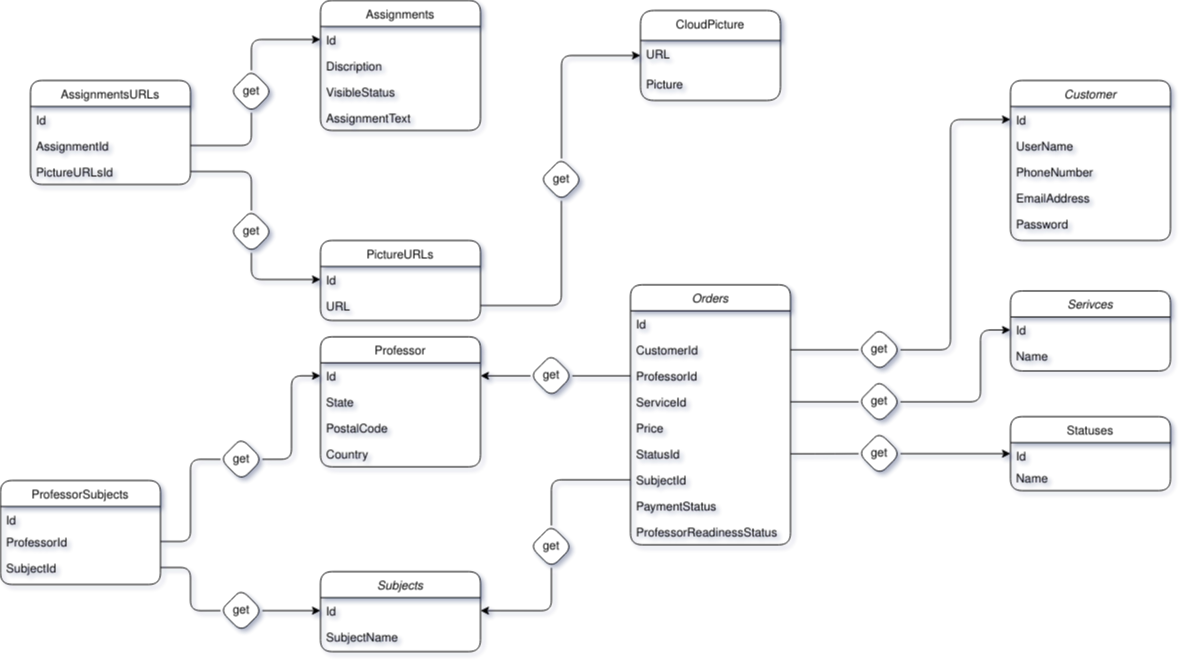
The draw.io diagram AppDB.drawio(1).png in AleksandrVetrov/AlgoMath, before a commit. Source tidied: cells renumbered, new cells last; positions are measured from the earlier drawing's top-left corner, leaving out a move shared by most shapes.
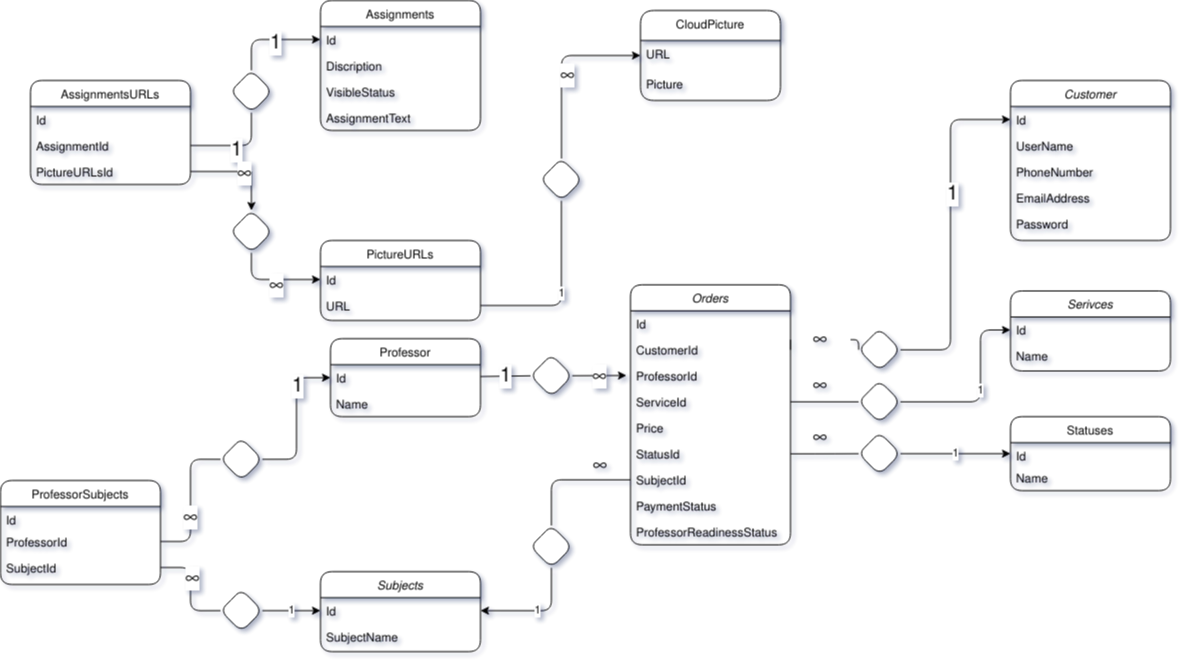
Later version of the same file.

What changed in the source:
```diff
@@ -33,20 +33,14 @@
       <mxGeometry y="74" width="160" height="26" as="geometry" />
     </mxCell>
     <mxCell id="12" value="Professor" style="swimlane;fontStyle=0;align=center;verticalAlign=top;horizontal=1;startSize=26;rounded=1;shadow=0;strokeWidth=1;" parent="1" vertex="1">
-      <mxGeometry x="320" y="336.3" width="160" height="130" as="geometry" />
+      <mxGeometry x="330" y="338.2" width="150" height="78" as="geometry" />
     </mxCell>
     <mxCell id="13" value="Id" style="text;align=left;verticalAlign=top;spacingLeft=4;spacingRight=4;overflow=hidden;points=[[0,0.5],[1,0.5]];portConstraint=eastwest;shadow=0;rounded=1;" parent="12" vertex="1">
-      <mxGeometry y="26" width="160" height="26" as="geometry" />
+      <mxGeometry y="26" width="150" height="26" as="geometry" />
     </mxCell>
-    <mxCell id="14" value="State" style="text;align=left;verticalAlign=top;spacingLeft=4;spacingRight=4;overflow=hidden;rounded=1;shadow=0;html=0;" parent="12" vertex="1">
-      <mxGeometry y="52" width="160" height="26" as="geometry" />
+    <mxCell id="14" value="Name" style="text;align=left;verticalAlign=top;spacingLeft=4;spacingRight=4;overflow=hidden;rounded=1;shadow=0;html=0;" parent="12" vertex="1">
+      <mxGeometry y="52" width="150" height="26" as="geometry" />
     </mxCell>
-    <mxCell id="15" value="PostalCode" style="text;align=left;verticalAlign=top;spacingLeft=4;spacingRight=4;overflow=hidden;rounded=1;shadow=0;html=0;" parent="12" vertex="1">
-      <mxGeometry y="78" width="160" height="26" as="geometry" />
-    </mxCell>
-    <mxCell id="16" value="Country" style="text;align=left;verticalAlign=top;spacingLeft=4;spacingRight=4;overflow=hidden;rounded=1;shadow=0;html=0;" parent="12" vertex="1">
-      <mxGeometry y="104" width="160" height="26" as="geometry" />
-    </mxCell>
     <mxCell id="17" value="Subjects" style="swimlane;fontStyle=2;align=center;verticalAlign=top;horizontal=1;startSize=26;rounded=1;shadow=0;strokeWidth=1;" parent="1" vertex="1">
       <mxGeometry x="320" y="571.1" width="160" height="80" as="geometry" />
     </mxCell>
@@ -104,7 +98,7 @@
     <mxCell id="35" value="Name" style="text;align=left;verticalAlign=top;spacingLeft=4;spacingRight=4;overflow=hidden;rounded=1;shadow=0;html=0;" parent="33" vertex="1">
       <mxGeometry y="48" width="160" height="26" as="geometry" />
     </mxCell>
-    <mxCell id="36" style="edgeStyle=orthogonalEdgeStyle;rounded=1;jettySize=auto;html=1;exitX=1;exitY=0.5;exitDx=0;exitDy=0;startArrow=none;shadow=0;" parent="1" edge="1" source="37" target="34">
+    <mxCell id="36" value="1" style="edgeStyle=orthogonalEdgeStyle;rounded=1;jettySize=auto;html=1;exitX=1;exitY=0.5;exitDx=0;exitDy=0;startArrow=none;shadow=0;" parent="1" edge="1" source="37" target="34">
       <mxGeometry relative="1" as="geometry">
         <Array as="points">
           <mxPoint x="1010" y="453" />
@@ -112,13 +106,13 @@
         </Array>
       </mxGeometry>
     </mxCell>
-    <mxCell id="37" value="get" style="rhombus;whiteSpace=wrap;html=1;shadow=0;rounded=1;" parent="1" vertex="1">
+    <mxCell id="37" style="rhombus;whiteSpace=wrap;html=1;shadow=0;rounded=1;" parent="1" vertex="1">
       <mxGeometry x="858.1" y="432" width="41.9" height="42.3" as="geometry" />
     </mxCell>
     <mxCell id="38" style="edgeStyle=orthogonalEdgeStyle;rounded=1;jettySize=auto;html=1;exitX=1;exitY=0.5;exitDx=0;exitDy=0;endArrow=none;shadow=0;" parent="1" edge="1" source="26" target="37">
       <mxGeometry relative="1" as="geometry" />
     </mxCell>
-    <mxCell id="39" style="edgeStyle=orthogonalEdgeStyle;rounded=1;jettySize=auto;html=1;exitX=1;exitY=0.5;exitDx=0;exitDy=0;entryX=0;entryY=0.5;entryDx=0;entryDy=0;startArrow=none;shadow=0;" parent="1" edge="1" source="40" target="31">
+    <mxCell id="39" value="1" style="edgeStyle=orthogonalEdgeStyle;rounded=1;jettySize=auto;html=1;exitX=1;exitY=0.5;exitDx=0;exitDy=0;entryX=0;entryY=0.5;entryDx=0;entryDy=0;startArrow=none;shadow=0;" parent="1" edge="1" source="40" target="31">
       <mxGeometry relative="1" as="geometry">
         <Array as="points">
           <mxPoint x="980" y="401" />
@@ -126,7 +120,7 @@
         </Array>
       </mxGeometry>
     </mxCell>
-    <mxCell id="40" value="get" style="rhombus;whiteSpace=wrap;html=1;shadow=0;rounded=1;" parent="1" vertex="1">
+    <mxCell id="40" style="rhombus;whiteSpace=wrap;html=1;shadow=0;rounded=1;" parent="1" vertex="1">
       <mxGeometry x="858.1" y="380.2" width="41.9" height="42.3" as="geometry" />
     </mxCell>
     <mxCell id="41" style="edgeStyle=orthogonalEdgeStyle;rounded=1;jettySize=auto;html=1;exitX=1;exitY=0.5;exitDx=0;exitDy=0;entryX=0;entryY=0.5;entryDx=0;entryDy=0;endArrow=none;shadow=0;" parent="1" edge="1" source="24" target="40">
@@ -140,47 +134,53 @@
         </Array>
       </mxGeometry>
     </mxCell>
+    <mxCell id="81" value="&lt;div&gt;1&lt;/div&gt;" style="edgeLabel;html=1;align=center;verticalAlign=middle;fontSize=20;" parent="42" vertex="1">
+      <mxGeometry x="0.21" y="-1" relative="1" as="geometry" />
+    </mxCell>
-    <mxCell id="43" value="get" style="rhombus;whiteSpace=wrap;html=1;shadow=0;rounded=1;" parent="1" vertex="1">
+    <mxCell id="43" style="rhombus;whiteSpace=wrap;html=1;shadow=0;rounded=1;" parent="1" vertex="1">
       <mxGeometry x="858.1" y="328.2" width="41.9" height="42.3" as="geometry" />
     </mxCell>
-    <mxCell id="44" style="edgeStyle=orthogonalEdgeStyle;rounded=1;jettySize=auto;html=1;exitX=1;exitY=0.5;exitDx=0;exitDy=0;entryX=0;entryY=0.5;entryDx=0;entryDy=0;shadow=0;endArrow=none;" parent="1" edge="1" source="22" target="43">
+    <mxCell id="44" style="edgeStyle=orthogonalEdgeStyle;rounded=1;jettySize=auto;html=1;exitX=1;exitY=0.5;exitDx=0;exitDy=0;entryX=0;entryY=0.5;entryDx=0;entryDy=0;shadow=0;endArrow=none;startArrow=none;" parent="1" edge="1" source="96" target="43">
       <mxGeometry relative="1" as="geometry" />
     </mxCell>
-    <mxCell id="45" style="edgeStyle=orthogonalEdgeStyle;rounded=1;jettySize=auto;html=1;exitX=0;exitY=0.5;exitDx=0;exitDy=0;entryX=1;entryY=0.5;entryDx=0;entryDy=0;shadow=0;startArrow=none;" parent="1" edge="1" source="46" target="13">
-      <mxGeometry relative="1" as="geometry" />
-    </mxCell>
-    <mxCell id="46" value="get" style="rhombus;whiteSpace=wrap;html=1;shadow=0;rounded=1;" parent="1" vertex="1">
+    <mxCell id="46" style="rhombus;whiteSpace=wrap;html=1;shadow=0;rounded=1;" parent="1" vertex="1">
       <mxGeometry x="530" y="354.2" width="41.9" height="42.3" as="geometry" />
     </mxCell>
-    <mxCell id="47" style="edgeStyle=orthogonalEdgeStyle;rounded=1;jettySize=auto;html=1;exitX=0;exitY=0.5;exitDx=0;exitDy=0;entryX=1;entryY=0.5;entryDx=0;entryDy=0;shadow=0;endArrow=none;" parent="1" edge="1" source="23" target="46">
-      <mxGeometry relative="1" as="geometry" />
-    </mxCell>
     <mxCell id="48" style="edgeStyle=orthogonalEdgeStyle;rounded=1;jettySize=auto;html=1;exitX=1;exitY=0.5;exitDx=0;exitDy=0;entryX=0;entryY=0.5;entryDx=0;entryDy=0;shadow=0;startArrow=none;" parent="1" edge="1" source="50" target="13">
       <mxGeometry relative="1" as="geometry" />
     </mxCell>
+    <mxCell id="82" value="1" style="edgeLabel;html=1;align=center;verticalAlign=middle;fontSize=20;" parent="48" vertex="1">
+      <mxGeometry x="0.43" relative="1" as="geometry" />
+    </mxCell>
-    <mxCell id="49" style="edgeStyle=orthogonalEdgeStyle;rounded=1;jettySize=auto;html=1;exitX=1;exitY=0.5;exitDx=0;exitDy=0;entryX=0;entryY=0.5;entryDx=0;entryDy=0;shadow=0;startArrow=none;" parent="1" edge="1" source="52" target="18">
+    <mxCell id="49" value="1" style="edgeStyle=orthogonalEdgeStyle;rounded=1;jettySize=auto;html=1;exitX=1;exitY=0.5;exitDx=0;exitDy=0;entryX=0;entryY=0.5;entryDx=0;entryDy=0;shadow=0;startArrow=none;" parent="1" edge="1" source="52" target="18">
       <mxGeometry relative="1" as="geometry">
         <Array as="points">
           <mxPoint x="262" y="610" />
         </Array>
       </mxGeometry>
     </mxCell>
-    <mxCell id="50" value="get" style="rhombus;whiteSpace=wrap;html=1;shadow=0;rounded=1;" parent="1" vertex="1">
+    <mxCell id="50" style="rhombus;whiteSpace=wrap;html=1;shadow=0;rounded=1;" parent="1" vertex="1">
       <mxGeometry x="220" y="437.7" width="41.9" height="42.3" as="geometry" />
     </mxCell>
     <mxCell id="51" style="edgeStyle=orthogonalEdgeStyle;rounded=1;jettySize=auto;html=1;exitX=1;exitY=0.5;exitDx=0;exitDy=0;entryX=0;entryY=0.5;entryDx=0;entryDy=0;shadow=0;endArrow=none;" parent="1" edge="1" source="10" target="50">
       <mxGeometry relative="1" as="geometry" />
     </mxCell>
+    <mxCell id="83" value="&lt;span class=&quot;ILfuVd&quot; lang=&quot;ru&quot;&gt;&lt;span class=&quot;hgKElc&quot;&gt;&lt;b&gt;∞&lt;/b&gt;&lt;/span&gt;&lt;/span&gt;" style="edgeLabel;html=1;align=center;verticalAlign=middle;fontSize=20;" parent="51" vertex="1">
+      <mxGeometry x="-0.23" y="1" relative="1" as="geometry" />
+    </mxCell>
-    <mxCell id="52" value="get" style="rhombus;whiteSpace=wrap;html=1;shadow=0;rounded=1;" parent="1" vertex="1">
+    <mxCell id="52" style="rhombus;whiteSpace=wrap;html=1;shadow=0;rounded=1;" parent="1" vertex="1">
       <mxGeometry x="220" y="589" width="41.9" height="42.3" as="geometry" />
     </mxCell>
     <mxCell id="53" style="edgeStyle=orthogonalEdgeStyle;rounded=1;jettySize=auto;html=1;exitX=1;exitY=0.5;exitDx=0;exitDy=0;entryX=0;entryY=0.5;entryDx=0;entryDy=0;shadow=0;endArrow=none;" parent="1" edge="1" source="11" target="52">
       <mxGeometry relative="1" as="geometry" />
     </mxCell>
+    <mxCell id="84" value="&lt;span class=&quot;ILfuVd&quot; lang=&quot;ru&quot;&gt;&lt;span class=&quot;hgKElc&quot;&gt;&lt;b&gt;∞&lt;/b&gt;&lt;/span&gt;&lt;/span&gt;" style="edgeLabel;html=1;align=center;verticalAlign=middle;fontSize=20;" parent="53" vertex="1">
+      <mxGeometry x="-0.22" y="1" relative="1" as="geometry" />
+    </mxCell>
-    <mxCell id="54" style="edgeStyle=orthogonalEdgeStyle;rounded=1;jettySize=auto;html=1;exitX=0.5;exitY=1;exitDx=0;exitDy=0;entryX=1;entryY=0.5;entryDx=0;entryDy=0;shadow=0;startArrow=none;" parent="1" edge="1" source="55" target="18">
+    <mxCell id="54" value="1" style="edgeStyle=orthogonalEdgeStyle;rounded=1;jettySize=auto;html=1;exitX=0.5;exitY=1;exitDx=0;exitDy=0;entryX=1;entryY=0.5;entryDx=0;entryDy=0;shadow=0;startArrow=none;" parent="1" edge="1" source="55" target="18">
       <mxGeometry relative="1" as="geometry" />
     </mxCell>
-    <mxCell id="55" value="get" style="rhombus;whiteSpace=wrap;html=1;shadow=0;rounded=1;" parent="1" vertex="1">
+    <mxCell id="55" style="rhombus;whiteSpace=wrap;html=1;shadow=0;rounded=1;" parent="1" vertex="1">
       <mxGeometry x="530" y="525" width="41.9" height="42.3" as="geometry" />
     </mxCell>
     <mxCell id="56" style="edgeStyle=orthogonalEdgeStyle;rounded=1;jettySize=auto;html=1;exitX=0;exitY=0.5;exitDx=0;exitDy=0;entryX=0.5;entryY=0;entryDx=0;entryDy=0;shadow=0;endArrow=none;" parent="1" edge="1" source="27" target="55">
@@ -225,21 +225,27 @@
     <mxCell id="69" style="edgeStyle=orthogonalEdgeStyle;rounded=1;jettySize=auto;html=1;exitX=0.5;exitY=0;exitDx=0;exitDy=0;entryX=0;entryY=0.5;entryDx=0;entryDy=0;shadow=0;startArrow=none;" parent="1" edge="1" source="71" target="58">
       <mxGeometry relative="1" as="geometry" />
     </mxCell>
+    <mxCell id="85" value="&lt;div&gt;1&lt;/div&gt;" style="edgeLabel;html=1;align=center;verticalAlign=middle;fontSize=20;" parent="69" vertex="1">
+      <mxGeometry x="0.08" y="-3" relative="1" as="geometry" />
+    </mxCell>
     <mxCell id="70" style="edgeStyle=orthogonalEdgeStyle;rounded=1;jettySize=auto;html=1;exitX=0.5;exitY=1;exitDx=0;exitDy=0;entryX=0;entryY=0.5;entryDx=0;entryDy=0;shadow=0;startArrow=none;" parent="1" edge="1" source="73" target="63">
       <mxGeometry relative="1" as="geometry" />
     </mxCell>
+    <mxCell id="86" value="&lt;span class=&quot;ILfuVd&quot; lang=&quot;ru&quot;&gt;&lt;span class=&quot;hgKElc&quot;&gt;&lt;b&gt;∞&lt;/b&gt;&lt;/span&gt;&lt;/span&gt;" style="edgeLabel;html=1;align=center;verticalAlign=middle;fontSize=20;" parent="70" vertex="1">
+      <mxGeometry x="0.06" y="-5" relative="1" as="geometry" />
+    </mxCell>
-    <mxCell id="71" value="get" style="rhombus;whiteSpace=wrap;html=1;shadow=0;rounded=1;" parent="1" vertex="1">
+    <mxCell id="71" style="rhombus;whiteSpace=wrap;html=1;shadow=0;rounded=1;" parent="1" vertex="1">
       <mxGeometry x="230" y="69.8" width="41.9" height="42.3" as="geometry" />
     </mxCell>
     <mxCell id="72" style="edgeStyle=orthogonalEdgeStyle;rounded=1;jettySize=auto;html=1;exitX=1;exitY=0.5;exitDx=0;exitDy=0;entryX=0.5;entryY=1;entryDx=0;entryDy=0;shadow=0;endArrow=none;" parent="1" edge="1" source="67" target="71">
       <mxGeometry relative="1" as="geometry" />
     </mxCell>
+    <mxCell id="87" value="&lt;div&gt;1&lt;/div&gt;" style="edgeLabel;html=1;align=center;verticalAlign=middle;fontSize=20;" parent="72" vertex="1">
+      <mxGeometry x="-0.04" y="-4" relative="1" as="geometry" />
+    </mxCell>
-    <mxCell id="73" value="get" style="rhombus;whiteSpace=wrap;html=1;shadow=0;rounded=1;" parent="1" vertex="1">
+    <mxCell id="73" style="rhombus;whiteSpace=wrap;html=1;shadow=0;rounded=1;" parent="1" vertex="1">
       <mxGeometry x="230" y="210" width="41.9" height="42.3" as="geometry" />
     </mxCell>
-    <mxCell id="74" style="edgeStyle=orthogonalEdgeStyle;rounded=1;jettySize=auto;html=1;exitX=1;exitY=0.5;exitDx=0;exitDy=0;entryX=0.5;entryY=0;entryDx=0;entryDy=0;shadow=0;endArrow=none;" parent="1" edge="1" source="68" target="73">
-      <mxGeometry relative="1" as="geometry" />
-    </mxCell>
     <mxCell id="75" value="CloudPicture" style="swimlane;fontStyle=0;horizontal=1;startSize=30;whiteSpace=wrap;html=1;shadow=0;rounded=1;" parent="1" vertex="1">
       <mxGeometry x="640" y="10" width="140" height="90" as="geometry" />
     </mxCell>
@@ -252,11 +258,46 @@
     <mxCell id="78" style="edgeStyle=orthogonalEdgeStyle;rounded=1;jettySize=auto;html=1;entryX=0;entryY=0.5;entryDx=0;entryDy=0;shadow=0;startArrow=none;" parent="1" edge="1" source="79" target="76">
       <mxGeometry relative="1" as="geometry" />
     </mxCell>
+    <mxCell id="88" value="&lt;div&gt;&lt;span class=&quot;ILfuVd&quot; lang=&quot;ru&quot;&gt;&lt;span class=&quot;hgKElc&quot;&gt;&lt;b&gt;∞&lt;/b&gt;&lt;/span&gt;&lt;/span&gt;&lt;/div&gt;" style="edgeLabel;html=1;align=center;verticalAlign=middle;fontSize=20;" parent="78" vertex="1">
+      <mxGeometry x="-0.08" y="-5" relative="1" as="geometry" />
+    </mxCell>
-    <mxCell id="79" value="get" style="rhombus;whiteSpace=wrap;html=1;shadow=0;rounded=1;" parent="1" vertex="1">
+    <mxCell id="79" style="rhombus;whiteSpace=wrap;html=1;shadow=0;rounded=1;" parent="1" vertex="1">
       <mxGeometry x="540" y="158" width="41.9" height="42.3" as="geometry" />
     </mxCell>
-    <mxCell id="80" style="edgeStyle=orthogonalEdgeStyle;rounded=1;jettySize=auto;html=1;exitX=1;exitY=0.5;exitDx=0;exitDy=0;entryX=0.5;entryY=1;entryDx=0;entryDy=0;shadow=0;endArrow=none;" parent="1" edge="1" source="64" target="79">
+    <mxCell id="80" value="1" style="edgeStyle=orthogonalEdgeStyle;rounded=1;jettySize=auto;html=1;exitX=1;exitY=0.5;exitDx=0;exitDy=0;entryX=0.5;entryY=1;entryDx=0;entryDy=0;shadow=0;endArrow=none;" parent="1" edge="1" source="64" target="79">
       <mxGeometry relative="1" as="geometry" />
     </mxCell>
+    <mxCell id="89" style="endArrow=classic;html=1;rounded=0;fontSize=20;" parent="1" edge="1" source="46">
+      <mxGeometry relative="1" as="geometry">
+        <mxPoint x="626" y="375" as="targetPoint" />
+      </mxGeometry>
+    </mxCell>
+    <mxCell id="90" value="&lt;div&gt;&lt;span class=&quot;ILfuVd&quot; lang=&quot;ru&quot;&gt;&lt;span class=&quot;hgKElc&quot;&gt;&lt;b&gt;∞&lt;/b&gt;&lt;/span&gt;&lt;/span&gt;&lt;/div&gt;&lt;div&gt;&lt;span class=&quot;ILfuVd&quot; lang=&quot;ru&quot;&gt;&lt;span class=&quot;hgKElc&quot;&gt;&lt;/span&gt;&lt;/span&gt;&lt;/div&gt;" style="edgeLabel;html=1;align=center;verticalAlign=middle;fontSize=20;" parent="89" vertex="1">
+      <mxGeometry relative="1" as="geometry" />
+    </mxCell>
+    <mxCell id="91" value="1" style="endArrow=none;html=1;rounded=0;fontSize=20;entryX=0;entryY=0.5;entryDx=0;entryDy=0;" parent="1" edge="1" source="13" target="46">
+      <mxGeometry relative="1" as="geometry" />
+    </mxCell>
+    <mxCell id="74" style="edgeStyle=orthogonalEdgeStyle;rounded=0;jettySize=auto;html=1;entryX=0.5;entryY=0;entryDx=0;entryDy=0;fontSize=20;" parent="1" edge="1" source="68" target="73">
+      <mxGeometry relative="1" as="geometry" />
+    </mxCell>
+    <mxCell id="92" value="&lt;span class=&quot;ILfuVd&quot; lang=&quot;ru&quot;&gt;&lt;span class=&quot;hgKElc&quot;&gt;&lt;b&gt;∞&lt;/b&gt;&lt;/span&gt;&lt;/span&gt;" style="edgeLabel;html=1;align=center;verticalAlign=middle;fontSize=20;" parent="74" vertex="1">
+      <mxGeometry x="0.06" y="-1" relative="1" as="geometry" />
+    </mxCell>
+    <mxCell id="93" value="&lt;span class=&quot;ILfuVd&quot; lang=&quot;ru&quot;&gt;&lt;span class=&quot;hgKElc&quot;&gt;&lt;b&gt;∞&lt;/b&gt;&lt;/span&gt;&lt;/span&gt;" style="text;html=1;strokeColor=none;fillColor=none;align=center;verticalAlign=middle;whiteSpace=wrap;rounded=0;fontSize=20;" parent="1" vertex="1">
+      <mxGeometry x="570" y="450" width="60" height="30" as="geometry" />
+    </mxCell>
+    <mxCell id="94" value="&lt;span class=&quot;ILfuVd&quot; lang=&quot;ru&quot;&gt;&lt;span class=&quot;hgKElc&quot;&gt;&lt;b&gt;∞&lt;/b&gt;&lt;/span&gt;&lt;/span&gt;" style="text;html=1;strokeColor=none;fillColor=none;align=center;verticalAlign=middle;whiteSpace=wrap;rounded=0;fontSize=20;" parent="1" vertex="1">
+      <mxGeometry x="790" y="422.5" width="60" height="30" as="geometry" />
+    </mxCell>
+    <mxCell id="95" value="&lt;span class=&quot;ILfuVd&quot; lang=&quot;ru&quot;&gt;&lt;span class=&quot;hgKElc&quot;&gt;&lt;b&gt;∞&lt;/b&gt;&lt;/span&gt;&lt;/span&gt;" style="text;html=1;strokeColor=none;fillColor=none;align=center;verticalAlign=middle;whiteSpace=wrap;rounded=0;fontSize=20;" parent="1" vertex="1">
+      <mxGeometry x="790" y="370.5" width="60" height="30" as="geometry" />
+    </mxCell>
+    <mxCell id="96" value="&lt;span class=&quot;ILfuVd&quot; lang=&quot;ru&quot;&gt;&lt;span class=&quot;hgKElc&quot;&gt;&lt;b&gt;∞&lt;/b&gt;&lt;/span&gt;&lt;/span&gt;" style="text;html=1;strokeColor=none;fillColor=none;align=center;verticalAlign=middle;whiteSpace=wrap;rounded=0;fontSize=20;" parent="1" vertex="1">
+      <mxGeometry x="790" y="324.2" width="60" height="30" as="geometry" />
+    </mxCell>
+    <mxCell id="97" style="edgeStyle=orthogonalEdgeStyle;rounded=1;jettySize=auto;html=1;exitX=1;exitY=0.5;exitDx=0;exitDy=0;entryX=0;entryY=0.5;entryDx=0;entryDy=0;shadow=0;endArrow=none;" parent="1" edge="1" source="22" target="96">
+      <mxGeometry relative="1" as="geometry" />
+    </mxCell>
   </root>
 </mxGraphModel>
```
